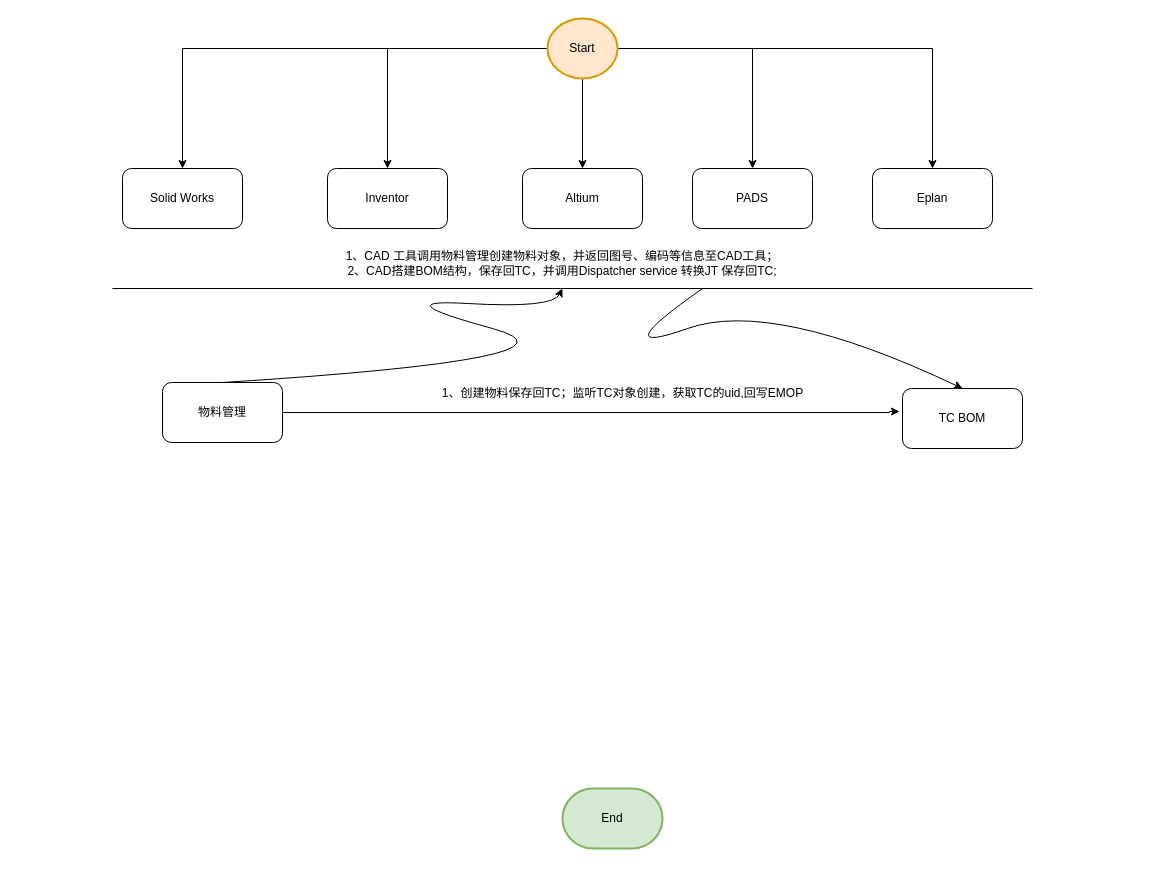
lvmq/emop keeps this draw.io diagram as hanslaser-business-emop.drawio. Above is the earlier version. Source tidied: cells renumbered, new cells numbered last; positions are measured from the earlier drawing's top-left corner, leaving out a move shared by most shapes. Both pictures are drawn from the tidied source at 100%, with x=0, y=0 at pixel (112, 18).
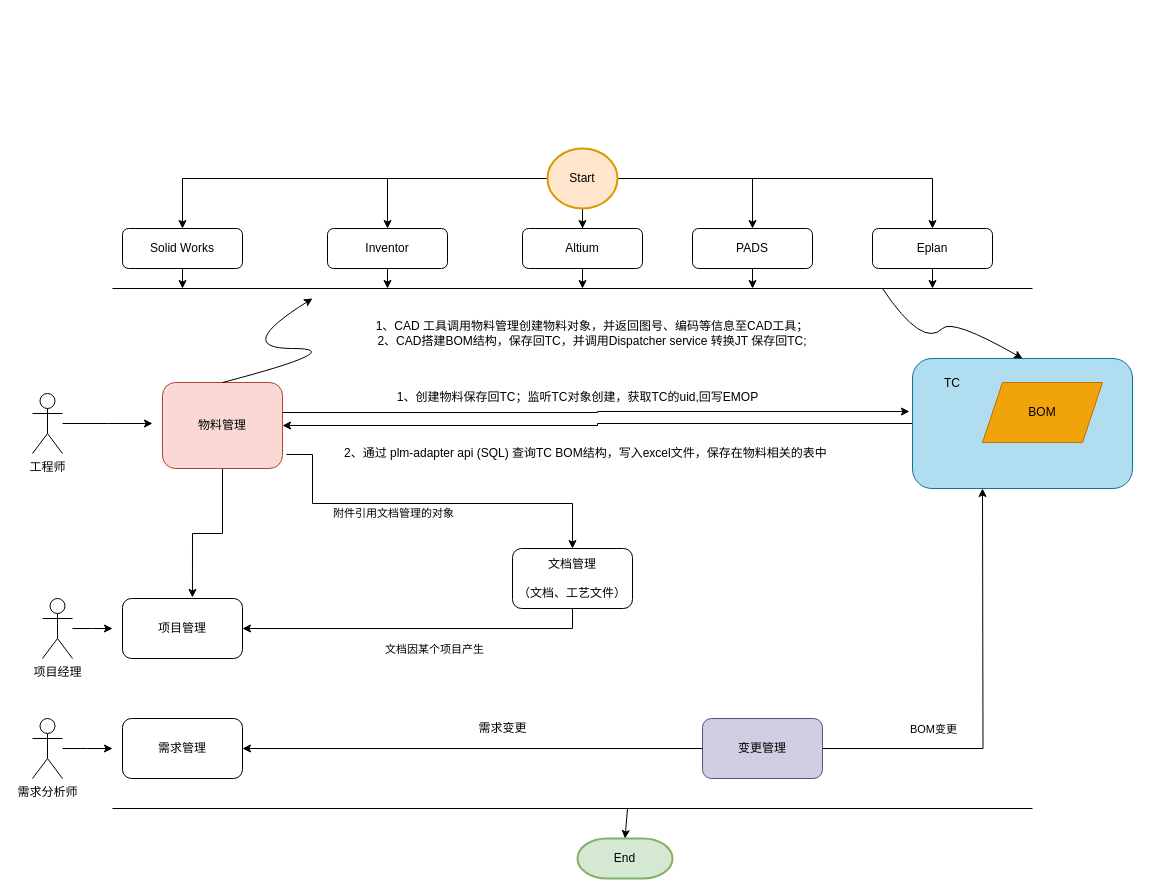
After the change.

The edit, as a diff of the source:
```diff
@@
     <mxCell id="2" value="End" style="strokeWidth=2;html=1;shape=mxgraph.flowchart.terminator;whiteSpace=wrap;fillColor=#d5e8d4;strokeColor=#82b366;" parent="1" vertex="1">
-      <mxGeometry x="450" y="770" width="100" height="60" as="geometry" />
+      <mxGeometry x="465" y="820" width="95" height="40" as="geometry" />
     </mxCell>
@@
     <mxCell id="8" value="Start" style="strokeWidth=2;html=1;shape=mxgraph.flowchart.start_2;whiteSpace=wrap;fillColor=#ffe6cc;strokeColor=#d79b00;" parent="1" vertex="1">
-      <mxGeometry x="435" width="70" height="60" as="geometry" />
+      <mxGeometry x="435" y="130" width="70" height="60" as="geometry" />
     </mxCell>
+    <mxCell id="22" style="edgeStyle=orthogonalEdgeStyle;rounded=0;jettySize=auto;html=1;" parent="1" edge="1" source="9">
+      <mxGeometry relative="1" as="geometry">
+        <mxPoint x="275" y="270" as="targetPoint" />
+      </mxGeometry>
+    </mxCell>
     <mxCell id="9" value="Inventor" style="rounded=1;whiteSpace=wrap;html=1;" parent="1" vertex="1">
-      <mxGeometry x="215" y="150" width="120" height="60" as="geometry" />
+      <mxGeometry x="215" y="210" width="120" height="40" as="geometry" />
     </mxCell>
+    <mxCell id="23" style="edgeStyle=orthogonalEdgeStyle;rounded=0;jettySize=auto;html=1;" parent="1" edge="1" source="10">
+      <mxGeometry relative="1" as="geometry">
+        <mxPoint x="70" y="270" as="targetPoint" />
+      </mxGeometry>
+    </mxCell>
     <mxCell id="10" value="Solid Works" style="rounded=1;whiteSpace=wrap;html=1;" parent="1" vertex="1">
-      <mxGeometry x="10" y="150" width="120" height="60" as="geometry" />
+      <mxGeometry x="10" y="210" width="120" height="40" as="geometry" />
     </mxCell>
+    <mxCell id="24" style="edgeStyle=orthogonalEdgeStyle;rounded=0;jettySize=auto;html=1;" parent="1" edge="1" source="11">
+      <mxGeometry relative="1" as="geometry">
+        <mxPoint x="470" y="270" as="targetPoint" />
+      </mxGeometry>
+    </mxCell>
     <mxCell id="11" value="Altium" style="rounded=1;whiteSpace=wrap;html=1;" parent="1" vertex="1">
-      <mxGeometry x="410" y="150" width="120" height="60" as="geometry" />
+      <mxGeometry x="410" y="210" width="120" height="40" as="geometry" />
     </mxCell>
+    <mxCell id="25" style="edgeStyle=orthogonalEdgeStyle;rounded=0;jettySize=auto;html=1;" parent="1" edge="1" source="12">
+      <mxGeometry relative="1" as="geometry">
+        <mxPoint x="640" y="270" as="targetPoint" />
+      </mxGeometry>
+    </mxCell>
     <mxCell id="12" value="PADS" style="rounded=1;whiteSpace=wrap;html=1;" parent="1" vertex="1">
-      <mxGeometry x="580" y="150" width="120" height="60" as="geometry" />
+      <mxGeometry x="580" y="210" width="120" height="40" as="geometry" />
     </mxCell>
+    <mxCell id="26" style="edgeStyle=orthogonalEdgeStyle;rounded=0;jettySize=auto;html=1;" parent="1" edge="1" source="13">
+      <mxGeometry relative="1" as="geometry">
+        <mxPoint x="820" y="270" as="targetPoint" />
+      </mxGeometry>
+    </mxCell>
     <mxCell id="13" value="Eplan" style="rounded=1;whiteSpace=wrap;html=1;" parent="1" vertex="1">
-      <mxGeometry x="760" y="150" width="120" height="60" as="geometry" />
+      <mxGeometry x="760" y="210" width="120" height="40" as="geometry" />
     </mxCell>
-    <mxCell id="14" style="edgeStyle=orthogonalEdgeStyle;rounded=0;jettySize=auto;html=1;entryX=-0.025;entryY=0.383;entryDx=0;entryDy=0;entryPerimeter=0;" parent="1" edge="1" source="15" target="16">
+    <mxCell id="14" style="edgeStyle=orthogonalEdgeStyle;rounded=0;jettySize=auto;html=1;entryX=-0.014;entryY=0.408;entryDx=0;entryDy=0;entryPerimeter=0;" parent="1" edge="1" source="15" target="16">
       <mxGeometry relative="1" as="geometry">
         <Array as="points">
-          <mxPoint x="777" y="394" />
+          <mxPoint x="485" y="394" />
+          <mxPoint x="485" y="393" />
         </Array>
       </mxGeometry>
     </mxCell>
+    <mxCell id="27" style="edgeStyle=orthogonalEdgeStyle;rounded=0;jettySize=auto;html=1;entryX=0.5;entryY=0;entryDx=0;entryDy=0;exitX=1.033;exitY=0.837;exitDx=0;exitDy=0;exitPerimeter=0;" parent="1" edge="1" source="15" target="36">
+      <mxGeometry relative="1" as="geometry">
+        <Array as="points">
+          <mxPoint x="200" y="436" />
+          <mxPoint x="200" y="485" />
+          <mxPoint x="460" y="485" />
+        </Array>
+      </mxGeometry>
+    </mxCell>
+    <mxCell id="28" value="附件引用文档管理的对象" style="edgeLabel;html=1;align=center;verticalAlign=middle;" parent="27" vertex="1">
+      <mxGeometry x="-0.57" y="1" relative="1" as="geometry">
+        <mxPoint x="74" y="10" as="offset" />
+      </mxGeometry>
+    </mxCell>
+    <mxCell id="29" style="edgeStyle=orthogonalEdgeStyle;rounded=0;jettySize=auto;html=1;entryX=0.583;entryY=-0.017;entryDx=0;entryDy=0;entryPerimeter=0;" parent="1" edge="1" source="15" target="37">
+      <mxGeometry relative="1" as="geometry" />
+    </mxCell>
-    <mxCell id="15" value="物料管理" style="rounded=1;whiteSpace=wrap;html=1;" parent="1" vertex="1">
-      <mxGeometry x="50" y="364" width="120" height="60" as="geometry" />
+    <mxCell id="15" value="物料管理" style="rounded=1;whiteSpace=wrap;html=1;fillColor=#fad9d5;strokeColor=#ae4132;" parent="1" vertex="1">
+      <mxGeometry x="50" y="364" width="120" height="86" as="geometry" />
     </mxCell>
+    <mxCell id="30" style="edgeStyle=orthogonalEdgeStyle;rounded=0;jettySize=auto;html=1;entryX=1;entryY=0.5;entryDx=0;entryDy=0;" parent="1" edge="1" source="16" target="15">
+      <mxGeometry relative="1" as="geometry" />
+    </mxCell>
-    <mxCell id="16" value="TC BOM" style="rounded=1;whiteSpace=wrap;html=1;" parent="1" vertex="1">
-      <mxGeometry x="790" y="370" width="120" height="60" as="geometry" />
+    <mxCell id="16" style="rounded=1;whiteSpace=wrap;html=1;fillColor=#b1ddf0;strokeColor=#10739e;" parent="1" vertex="1">
+      <mxGeometry x="800" y="340" width="220" height="130" as="geometry" />
     </mxCell>
@@
     <mxCell id="18" style="curved=1;endArrow=classic;html=1;rounded=0;entryX=0.5;entryY=0;entryDx=0;entryDy=0;" parent="1" edge="1" target="16">
       <mxGeometry relative="1" as="geometry">
-        <mxPoint x="590" y="270" as="sourcePoint" />
+        <mxPoint x="770" y="270" as="sourcePoint" />
         <Array as="points">
-          <mxPoint x="490" y="340" />
-          <mxPoint x="660" y="280" />
+          <mxPoint x="790" y="300" />
+          <mxPoint x="820" y="320" />
+          <mxPoint x="840" y="300" />
         </Array>
       </mxGeometry>
     </mxCell>
     <mxCell id="19" style="curved=1;endArrow=classic;html=1;rounded=0;exitX=0.5;exitY=0;exitDx=0;exitDy=0;" parent="1" edge="1" source="15">
       <mxGeometry relative="1" as="geometry">
-        <mxPoint x="450" y="270" as="targetPoint" />
+        <mxPoint x="200" y="280" as="targetPoint" />
         <Array as="points">
-          <mxPoint x="490" y="340" />
-          <mxPoint x="270" y="280" />
-          <mxPoint x="440" y="290" />
+          <mxPoint x="240" y="330" />
+          <mxPoint x="120" y="330" />
         </Array>
       </mxGeometry>
     </mxCell>
     <mxCell id="20" value="1、CAD 工具调用物料管理创建物料对象，并返回图号、编码等信息至CAD工具；&lt;br&gt;2、CAD搭建BOM结构，保存回TC，并调用Dispatcher service 转换JT 保存回TC;" style="text;html=1;strokeColor=none;fillColor=none;align=center;verticalAlign=middle;whiteSpace=wrap;rounded=0;" parent="1" vertex="1">
-      <mxGeometry x="200" y="230" width="500" height="30" as="geometry" />
+      <mxGeometry x="230" y="300" width="500" height="30" as="geometry" />
     </mxCell>
     <mxCell id="21" value="1、创建物料保存回TC；监听TC对象创建，获取TC的uid,回写EMOP" style="text;html=1;align=center;verticalAlign=middle;strokeColor=none;fillColor=none;" parent="1" vertex="1">
-      <mxGeometry x="320" y="360" width="380" height="30" as="geometry" />
+      <mxGeometry x="275" y="363.5" width="380" height="30" as="geometry" />
     </mxCell>
+    <mxCell id="31" value="BOM" style="shape=parallelogram;perimeter=parallelogramPerimeter;whiteSpace=wrap;html=1;fixedSize=1;fillColor=#f0a30a;strokeColor=#BD7000;fontColor=#000000;" parent="1" vertex="1">
+      <mxGeometry x="870" y="364" width="120" height="60" as="geometry" />
+    </mxCell>
+    <mxCell id="32" value="TC" style="text;html=1;strokeColor=none;fillColor=none;align=center;verticalAlign=middle;whiteSpace=wrap;rounded=0;" parent="1" vertex="1">
+      <mxGeometry x="810" y="350" width="60" height="30" as="geometry" />
+    </mxCell>
+    <mxCell id="33" value="2、通过 plm-adapter api (SQL) 查询TC BOM结构，写入excel文件，保存在物料相关的表中&amp;nbsp;" style="text;html=1;strokeColor=none;fillColor=none;align=center;verticalAlign=middle;whiteSpace=wrap;rounded=0;" parent="1" vertex="1">
+      <mxGeometry x="220" y="420" width="510" height="30" as="geometry" />
+    </mxCell>
+    <mxCell id="34" style="edgeStyle=orthogonalEdgeStyle;rounded=0;jettySize=auto;html=1;entryX=1;entryY=0.5;entryDx=0;entryDy=0;exitX=0.5;exitY=1;exitDx=0;exitDy=0;" parent="1" edge="1" source="36" target="37">
+      <mxGeometry relative="1" as="geometry">
+        <Array as="points">
+          <mxPoint x="460" y="610" />
+        </Array>
+      </mxGeometry>
+    </mxCell>
+    <mxCell id="35" value="文档因某个项目产生" style="edgeLabel;html=1;align=center;verticalAlign=middle;" parent="34" vertex="1">
+      <mxGeometry x="0.63" y="5" relative="1" as="geometry">
+        <mxPoint x="126" y="15" as="offset" />
+      </mxGeometry>
+    </mxCell>
+    <mxCell id="36" value="文档管理&lt;br&gt;&lt;br&gt;（文档、工艺文件）" style="rounded=1;whiteSpace=wrap;html=1;" parent="1" vertex="1">
+      <mxGeometry x="400" y="530" width="120" height="60" as="geometry" />
+    </mxCell>
+    <mxCell id="37" value="项目管理" style="rounded=1;whiteSpace=wrap;html=1;" parent="1" vertex="1">
+      <mxGeometry x="10" y="580" width="120" height="60" as="geometry" />
+    </mxCell>
+    <mxCell id="38" style="edgeStyle=orthogonalEdgeStyle;rounded=0;jettySize=auto;html=1;" parent="1" edge="1" source="40">
+      <mxGeometry relative="1" as="geometry">
+        <mxPoint x="870" y="470" as="targetPoint" />
+      </mxGeometry>
+    </mxCell>
+    <mxCell id="39" value="BOM变更" style="edgeLabel;html=1;align=center;verticalAlign=middle;" parent="38" vertex="1">
+      <mxGeometry x="0.59" y="2" relative="1" as="geometry">
+        <mxPoint x="-48" y="154" as="offset" />
+      </mxGeometry>
+    </mxCell>
+    <mxCell id="40" value="变更管理" style="rounded=1;whiteSpace=wrap;html=1;fillColor=#d0cee2;strokeColor=#56517e;" parent="1" vertex="1">
+      <mxGeometry x="590" y="700" width="120" height="60" as="geometry" />
+    </mxCell>
+    <mxCell id="41" style="edgeStyle=orthogonalEdgeStyle;rounded=0;jettySize=auto;html=1;" parent="1" edge="1" source="42">
+      <mxGeometry relative="1" as="geometry">
+        <mxPoint x="40" y="405" as="targetPoint" />
+      </mxGeometry>
+    </mxCell>
+    <mxCell id="42" value="工程师" style="shape=umlActor;verticalLabelPosition=bottom;verticalAlign=top;html=1;outlineConnect=0;" parent="1" vertex="1">
+      <mxGeometry x="-80" y="375" width="30" height="60" as="geometry" />
+    </mxCell>
+    <mxCell id="43" style="edgeStyle=orthogonalEdgeStyle;rounded=0;jettySize=auto;html=1;" parent="1" edge="1" source="44">
+      <mxGeometry relative="1" as="geometry">
+        <mxPoint y="610" as="targetPoint" />
+      </mxGeometry>
+    </mxCell>
+    <mxCell id="44" value="项目经理" style="shape=umlActor;verticalLabelPosition=bottom;verticalAlign=top;html=1;outlineConnect=0;" parent="1" vertex="1">
+      <mxGeometry x="-70" y="580" width="30" height="60" as="geometry" />
+    </mxCell>
+    <mxCell id="45" style="edgeStyle=orthogonalEdgeStyle;rounded=0;jettySize=auto;html=1;entryX=1;entryY=0.5;entryDx=0;entryDy=0;exitX=0;exitY=0.5;exitDx=0;exitDy=0;" parent="1" edge="1" source="40" target="46">
+      <mxGeometry relative="1" as="geometry" />
+    </mxCell>
+    <mxCell id="46" value="需求管理" style="rounded=1;whiteSpace=wrap;html=1;" parent="1" vertex="1">
+      <mxGeometry x="10" y="700" width="120" height="60" as="geometry" />
+    </mxCell>
+    <mxCell id="47" style="endArrow=none;html=1;rounded=0;" parent="1" edge="1">
+      <mxGeometry relative="1" as="geometry">
+        <mxPoint y="790" as="sourcePoint" />
+        <mxPoint x="920" y="790" as="targetPoint" />
+      </mxGeometry>
+    </mxCell>
+    <mxCell id="48" style="endArrow=classic;html=1;rounded=0;entryX=0.5;entryY=0;entryDx=0;entryDy=0;entryPerimeter=0;" parent="1" edge="1" target="2">
+      <mxGeometry relative="1" as="geometry">
+        <mxPoint x="515" y="790" as="sourcePoint" />
+      </mxGeometry>
+    </mxCell>
+    <mxCell id="49" style="edgeStyle=orthogonalEdgeStyle;rounded=0;jettySize=auto;html=1;" parent="1" edge="1" source="50">
+      <mxGeometry relative="1" as="geometry">
+        <mxPoint y="730" as="targetPoint" />
+      </mxGeometry>
+    </mxCell>
+    <mxCell id="50" value="需求分析师" style="shape=umlActor;verticalLabelPosition=bottom;verticalAlign=top;html=1;outlineConnect=0;" parent="1" vertex="1">
+      <mxGeometry x="-80" y="700" width="30" height="60" as="geometry" />
+    </mxCell>
+    <mxCell id="51" value="需求变更" style="text;html=1;align=center;verticalAlign=middle;strokeColor=none;fillColor=none;" parent="1" vertex="1">
+      <mxGeometry x="355" y="695" width="70" height="30" as="geometry" />
+    </mxCell>
```
